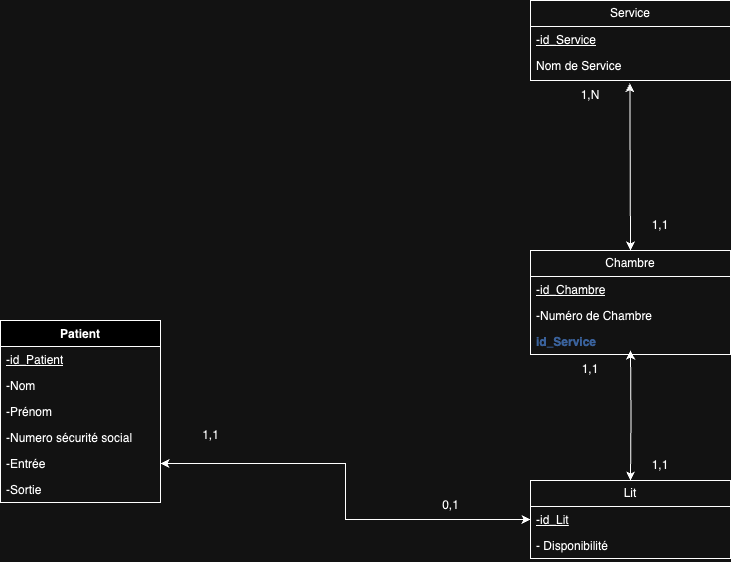
Earlier version of the draw.io export Merise/MLD/MLD.drawio.png (WazeAbi/ECF_HOPITAL). Source tidied: cells renumbered, new cells last; positions are measured from the earlier drawing's top-left corner, leaving out a move shared by most shapes. The source it was exported from:
```xml
<mxGraphModel>
  <root>
    <mxCell id="0" />
    <mxCell id="1" parent="0" />
    <mxCell id="2" value="Service" style="swimlane;fontStyle=0;horizontal=1;startSize=26;fillColor=none;whiteSpace=wrap;html=1;" parent="1" vertex="1">
      <mxGeometry x="530" width="200" height="80" as="geometry" />
    </mxCell>
    <mxCell id="3" value="&lt;u&gt;-id_Service&lt;/u&gt;&lt;div&gt;&lt;br&gt;&lt;/div&gt;" style="text;strokeColor=none;fillColor=none;align=left;verticalAlign=top;spacingLeft=4;spacingRight=4;overflow=hidden;whiteSpace=wrap;html=1;" parent="2" vertex="1">
      <mxGeometry y="26" width="200" height="26" as="geometry" />
    </mxCell>
    <mxCell id="4" value="Nom de Service" style="text;strokeColor=none;fillColor=none;align=left;verticalAlign=top;spacingLeft=4;spacingRight=4;overflow=hidden;points=[[0,0.5],[1,0.5]];portConstraint=eastwest;whiteSpace=wrap;html=1;" parent="2" vertex="1">
      <mxGeometry y="52" width="200" height="28" as="geometry" />
    </mxCell>
    <mxCell id="5" value="Chambre" style="swimlane;fontStyle=0;horizontal=1;startSize=26;fillColor=none;whiteSpace=wrap;html=1;" parent="1" vertex="1">
      <mxGeometry x="530" y="250" width="200" height="104" as="geometry" />
    </mxCell>
    <mxCell id="6" value="&lt;u&gt;-id_Chambre&lt;/u&gt;" style="text;strokeColor=none;fillColor=none;align=left;verticalAlign=top;spacingLeft=4;spacingRight=4;overflow=hidden;whiteSpace=wrap;html=1;" parent="5" vertex="1">
      <mxGeometry y="26" width="200" height="26" as="geometry" />
    </mxCell>
    <mxCell id="7" value="-Numéro de Chambre" style="text;strokeColor=none;fillColor=none;align=left;verticalAlign=top;spacingLeft=4;spacingRight=4;overflow=hidden;whiteSpace=wrap;html=1;" parent="5" vertex="1">
      <mxGeometry y="52" width="200" height="26" as="geometry" />
    </mxCell>
    <mxCell id="8" value="&lt;b&gt;&lt;font color=&quot;#7ea6e0&quot;&gt;id_Service&lt;/font&gt;&lt;/b&gt;" style="text;strokeColor=none;fillColor=none;align=left;verticalAlign=top;spacingLeft=4;spacingRight=4;overflow=hidden;whiteSpace=wrap;html=1;" parent="5" vertex="1">
      <mxGeometry y="78" width="200" height="26" as="geometry" />
    </mxCell>
    <mxCell id="9" value="Lit" style="swimlane;fontStyle=0;horizontal=1;startSize=26;fillColor=none;whiteSpace=wrap;html=1;" parent="1" vertex="1">
      <mxGeometry x="530" y="480" width="200" height="78" as="geometry" />
    </mxCell>
    <mxCell id="10" value="&lt;u&gt;-id_Lit&lt;/u&gt;" style="text;strokeColor=none;fillColor=none;align=left;verticalAlign=top;spacingLeft=4;spacingRight=4;overflow=hidden;points=[[0,0.5],[1,0.5]];portConstraint=eastwest;whiteSpace=wrap;html=1;" parent="9" vertex="1">
      <mxGeometry y="26" width="200" height="26" as="geometry" />
    </mxCell>
    <mxCell id="11" value="- Disponibilité&amp;nbsp;" style="text;strokeColor=none;fillColor=none;align=left;verticalAlign=top;spacingLeft=4;spacingRight=4;overflow=hidden;whiteSpace=wrap;html=1;" parent="9" vertex="1">
      <mxGeometry y="52" width="200" height="26" as="geometry" />
    </mxCell>
    <mxCell id="12" value="1,N" style="text;html=1;align=center;verticalAlign=middle;whiteSpace=wrap;rounded=0;" parent="1" vertex="1">
      <mxGeometry x="560" y="80" width="60" height="30" as="geometry" />
    </mxCell>
    <mxCell id="13" value="1,1" style="text;html=1;align=center;verticalAlign=middle;whiteSpace=wrap;rounded=0;" parent="1" vertex="1">
      <mxGeometry x="630" y="210" width="60" height="30" as="geometry" />
    </mxCell>
    <mxCell id="14" value="1,1" style="text;html=1;align=center;verticalAlign=middle;whiteSpace=wrap;rounded=0;" parent="1" vertex="1">
      <mxGeometry x="630" y="450" width="60" height="30" as="geometry" />
    </mxCell>
    <mxCell id="15" value="1,1" style="text;html=1;align=center;verticalAlign=middle;whiteSpace=wrap;rounded=0;" parent="1" vertex="1">
      <mxGeometry x="560" y="354" width="60" height="30" as="geometry" />
    </mxCell>
    <mxCell id="16" value="Patient&lt;div&gt;&lt;br&gt;&lt;/div&gt;" style="swimlane;fontStyle=1;align=center;verticalAlign=top;horizontal=1;startSize=26;whiteSpace=wrap;html=1;" parent="1" vertex="1">
      <mxGeometry y="320" width="160" height="182" as="geometry" />
    </mxCell>
    <mxCell id="17" value="&lt;u&gt;-id_Patient&lt;/u&gt;&lt;div&gt;&lt;br&gt;&lt;/div&gt;" style="text;strokeColor=none;fillColor=none;align=left;verticalAlign=top;spacingLeft=4;spacingRight=4;overflow=hidden;whiteSpace=wrap;html=1;" parent="16" vertex="1">
      <mxGeometry y="26" width="160" height="26" as="geometry" />
    </mxCell>
    <mxCell id="18" value="-Nom&lt;div&gt;&lt;br&gt;&lt;/div&gt;" style="text;strokeColor=none;fillColor=none;align=left;verticalAlign=top;spacingLeft=4;spacingRight=4;overflow=hidden;whiteSpace=wrap;html=1;" parent="16" vertex="1">
      <mxGeometry y="52" width="160" height="26" as="geometry" />
    </mxCell>
    <mxCell id="19" value="&lt;div&gt;&lt;div&gt;-Prénom&lt;/div&gt;&lt;/div&gt;&lt;div&gt;&lt;br&gt;&lt;/div&gt;" style="text;strokeColor=none;fillColor=none;align=left;verticalAlign=top;spacingLeft=4;spacingRight=4;overflow=hidden;whiteSpace=wrap;html=1;" parent="16" vertex="1">
      <mxGeometry y="78" width="160" height="26" as="geometry" />
    </mxCell>
    <mxCell id="20" value="-Numero sécurité social&lt;div&gt;&lt;br&gt;&lt;/div&gt;" style="text;strokeColor=none;fillColor=none;align=left;verticalAlign=top;spacingLeft=4;spacingRight=4;overflow=hidden;whiteSpace=wrap;html=1;" parent="16" vertex="1">
      <mxGeometry y="104" width="160" height="26" as="geometry" />
    </mxCell>
    <mxCell id="21" value="&lt;div&gt;&lt;div&gt;-Entrée&lt;/div&gt;&lt;/div&gt;" style="text;strokeColor=none;fillColor=none;align=left;verticalAlign=top;spacingLeft=4;spacingRight=4;overflow=hidden;points=[[0,0.5],[1,0.5]];portConstraint=eastwest;whiteSpace=wrap;html=1;" parent="16" vertex="1">
      <mxGeometry y="130" width="160" height="26" as="geometry" />
    </mxCell>
    <mxCell id="22" value="&lt;div&gt;&lt;div&gt;-Sortie&lt;/div&gt;&lt;/div&gt;&lt;div&gt;&lt;br&gt;&lt;/div&gt;" style="text;strokeColor=none;fillColor=none;align=left;verticalAlign=top;spacingLeft=4;spacingRight=4;overflow=hidden;whiteSpace=wrap;html=1;" parent="16" vertex="1">
      <mxGeometry y="156" width="160" height="26" as="geometry" />
    </mxCell>
    <mxCell id="23" value="0,1" style="text;html=1;align=center;verticalAlign=middle;strokeColor=none;fillColor=none;" parent="1" vertex="1">
      <mxGeometry x="430" y="490" width="40" height="30" as="geometry" />
    </mxCell>
    <mxCell id="24" value="1,1" style="text;html=1;align=center;verticalAlign=middle;strokeColor=none;fillColor=none;" parent="1" vertex="1">
      <mxGeometry x="190" y="420" width="40" height="30" as="geometry" />
    </mxCell>
    <mxCell id="25" style="edgeStyle=orthogonalEdgeStyle;rounded=0;jettySize=auto;html=1;entryX=0.5;entryY=0;entryDx=0;entryDy=0;startArrow=classic;startFill=1;" parent="1" edge="1" target="9">
      <mxGeometry relative="1" as="geometry">
        <mxPoint x="630" y="350" as="sourcePoint" />
      </mxGeometry>
    </mxCell>
    <mxCell id="26" style="edgeStyle=orthogonalEdgeStyle;rounded=0;jettySize=auto;html=1;entryX=0.5;entryY=0;entryDx=0;entryDy=0;startArrow=classic;startFill=1;exitX=0.497;exitY=1.1;exitDx=0;exitDy=0;exitPerimeter=0;" parent="1" edge="1" source="4" target="5">
      <mxGeometry relative="1" as="geometry">
        <Array as="points">
          <mxPoint x="629" y="90" />
          <mxPoint x="630" y="90" />
        </Array>
      </mxGeometry>
    </mxCell>
    <mxCell id="27" style="edgeStyle=orthogonalEdgeStyle;rounded=0;jettySize=auto;html=1;entryX=0;entryY=0.5;entryDx=0;entryDy=0;startArrow=classic;startFill=1;" parent="1" edge="1" source="21" target="10">
      <mxGeometry relative="1" as="geometry" />
    </mxCell>
  </root>
</mxGraphModel>
```
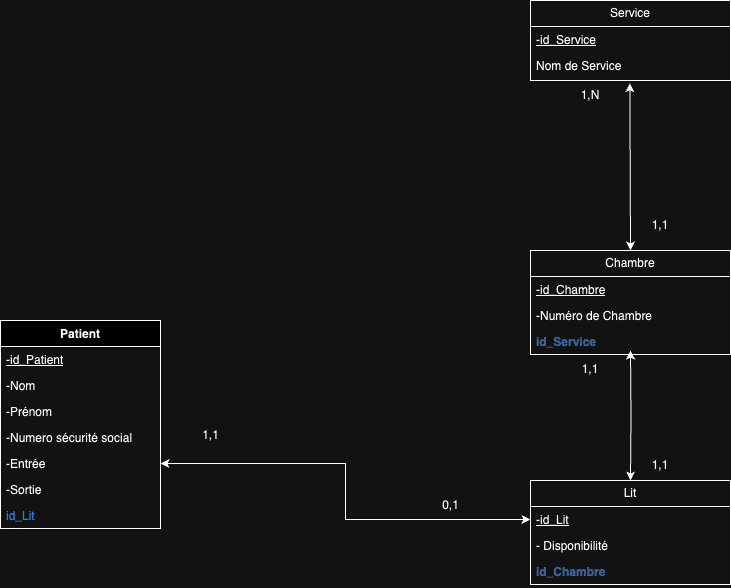
Above is the later version.

Commit message:
Fix(Merise):Modification des diagrammes par l'ajout des clef étrangères

The edit, as a diff of the source:
```diff
@@ -24,7 +24,7 @@
       <mxGeometry y="78" width="200" height="26" as="geometry" />
     </mxCell>
     <mxCell id="9" value="Lit" style="swimlane;fontStyle=0;horizontal=1;startSize=26;fillColor=none;whiteSpace=wrap;html=1;" parent="1" vertex="1">
-      <mxGeometry x="530" y="480" width="200" height="78" as="geometry" />
+      <mxGeometry x="530" y="480" width="200" height="104" as="geometry" />
     </mxCell>
     <mxCell id="10" value="&lt;u&gt;-id_Lit&lt;/u&gt;" style="text;strokeColor=none;fillColor=none;align=left;verticalAlign=top;spacingLeft=4;spacingRight=4;overflow=hidden;points=[[0,0.5],[1,0.5]];portConstraint=eastwest;whiteSpace=wrap;html=1;" parent="9" vertex="1">
       <mxGeometry y="26" width="200" height="26" as="geometry" />
@@ -32,6 +32,9 @@
     <mxCell id="11" value="- Disponibilité&amp;nbsp;" style="text;strokeColor=none;fillColor=none;align=left;verticalAlign=top;spacingLeft=4;spacingRight=4;overflow=hidden;whiteSpace=wrap;html=1;" parent="9" vertex="1">
       <mxGeometry y="52" width="200" height="26" as="geometry" />
     </mxCell>
+    <mxCell id="28" value="&lt;b&gt;&lt;font color=&quot;#7ea6e0&quot;&gt;id_Chambre&lt;/font&gt;&lt;/b&gt;" style="text;strokeColor=none;fillColor=none;align=left;verticalAlign=top;spacingLeft=4;spacingRight=4;overflow=hidden;whiteSpace=wrap;html=1;" parent="9" vertex="1">
+      <mxGeometry y="78" width="200" height="26" as="geometry" />
+    </mxCell>
     <mxCell id="12" value="1,N" style="text;html=1;align=center;verticalAlign=middle;whiteSpace=wrap;rounded=0;" parent="1" vertex="1">
       <mxGeometry x="560" y="80" width="60" height="30" as="geometry" />
     </mxCell>
@@ -45,7 +48,7 @@
       <mxGeometry x="560" y="354" width="60" height="30" as="geometry" />
     </mxCell>
     <mxCell id="16" value="Patient&lt;div&gt;&lt;br&gt;&lt;/div&gt;" style="swimlane;fontStyle=1;align=center;verticalAlign=top;horizontal=1;startSize=26;whiteSpace=wrap;html=1;" parent="1" vertex="1">
-      <mxGeometry y="320" width="160" height="182" as="geometry" />
+      <mxGeometry y="320" width="160" height="208" as="geometry" />
     </mxCell>
     <mxCell id="17" value="&lt;u&gt;-id_Patient&lt;/u&gt;&lt;div&gt;&lt;br&gt;&lt;/div&gt;" style="text;strokeColor=none;fillColor=none;align=left;verticalAlign=top;spacingLeft=4;spacingRight=4;overflow=hidden;whiteSpace=wrap;html=1;" parent="16" vertex="1">
       <mxGeometry y="26" width="160" height="26" as="geometry" />
@@ -62,8 +65,11 @@
     <mxCell id="21" value="&lt;div&gt;&lt;div&gt;-Entrée&lt;/div&gt;&lt;/div&gt;" style="text;strokeColor=none;fillColor=none;align=left;verticalAlign=top;spacingLeft=4;spacingRight=4;overflow=hidden;points=[[0,0.5],[1,0.5]];portConstraint=eastwest;whiteSpace=wrap;html=1;" parent="16" vertex="1">
       <mxGeometry y="130" width="160" height="26" as="geometry" />
     </mxCell>
+    <mxCell id="29" value="&lt;div&gt;&lt;div&gt;-Sortie&lt;/div&gt;&lt;/div&gt;&lt;div&gt;&lt;br&gt;&lt;/div&gt;" style="text;strokeColor=none;fillColor=none;align=left;verticalAlign=top;spacingLeft=4;spacingRight=4;overflow=hidden;whiteSpace=wrap;html=1;" parent="16" vertex="1">
+      <mxGeometry y="156" width="160" height="26" as="geometry" />
+    </mxCell>
-    <mxCell id="22" value="&lt;div&gt;&lt;div&gt;-Sortie&lt;/div&gt;&lt;/div&gt;&lt;div&gt;&lt;br&gt;&lt;/div&gt;" style="text;strokeColor=none;fillColor=none;align=left;verticalAlign=top;spacingLeft=4;spacingRight=4;overflow=hidden;whiteSpace=wrap;html=1;" parent="16" vertex="1">
-      <mxGeometry y="156" width="160" height="26" as="geometry" />
+    <mxCell id="22" value="&lt;font color=&quot;#3399ff&quot;&gt;id_Lit&lt;/font&gt;" style="text;strokeColor=none;fillColor=none;align=left;verticalAlign=top;spacingLeft=4;spacingRight=4;overflow=hidden;whiteSpace=wrap;html=1;" parent="16" vertex="1">
+      <mxGeometry y="182" width="160" height="26" as="geometry" />
     </mxCell>
     <mxCell id="23" value="0,1" style="text;html=1;align=center;verticalAlign=middle;strokeColor=none;fillColor=none;" parent="1" vertex="1">
       <mxGeometry x="430" y="490" width="40" height="30" as="geometry" />
```
